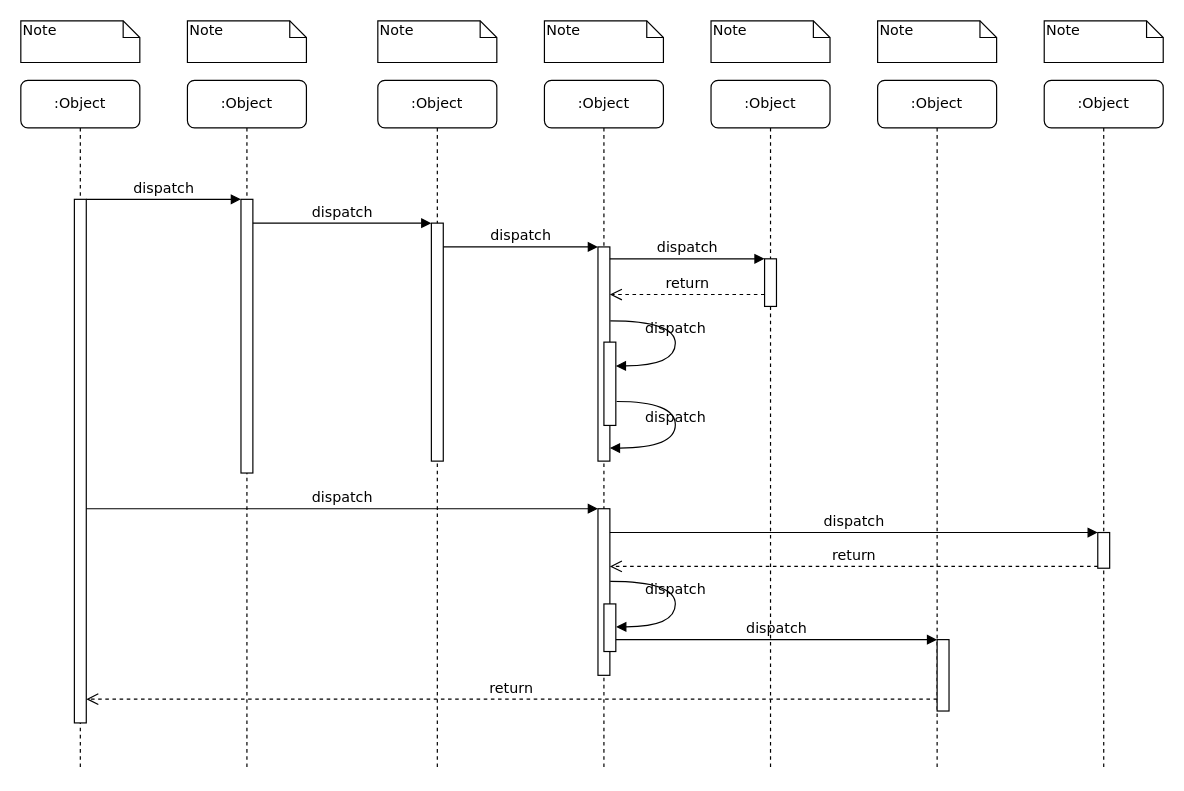
Above: Diagrama sem nome.drawio in pdssf/APS-legishub (draw.io), before the change. Source tidied: cells renumbered, new cells numbered last; positions are measured from the earlier drawing's top-left corner, leaving out a move shared by most shapes. Both pictures are drawn from the tidied source at 119%, with x=0, y=0 at pixel (20, 20).
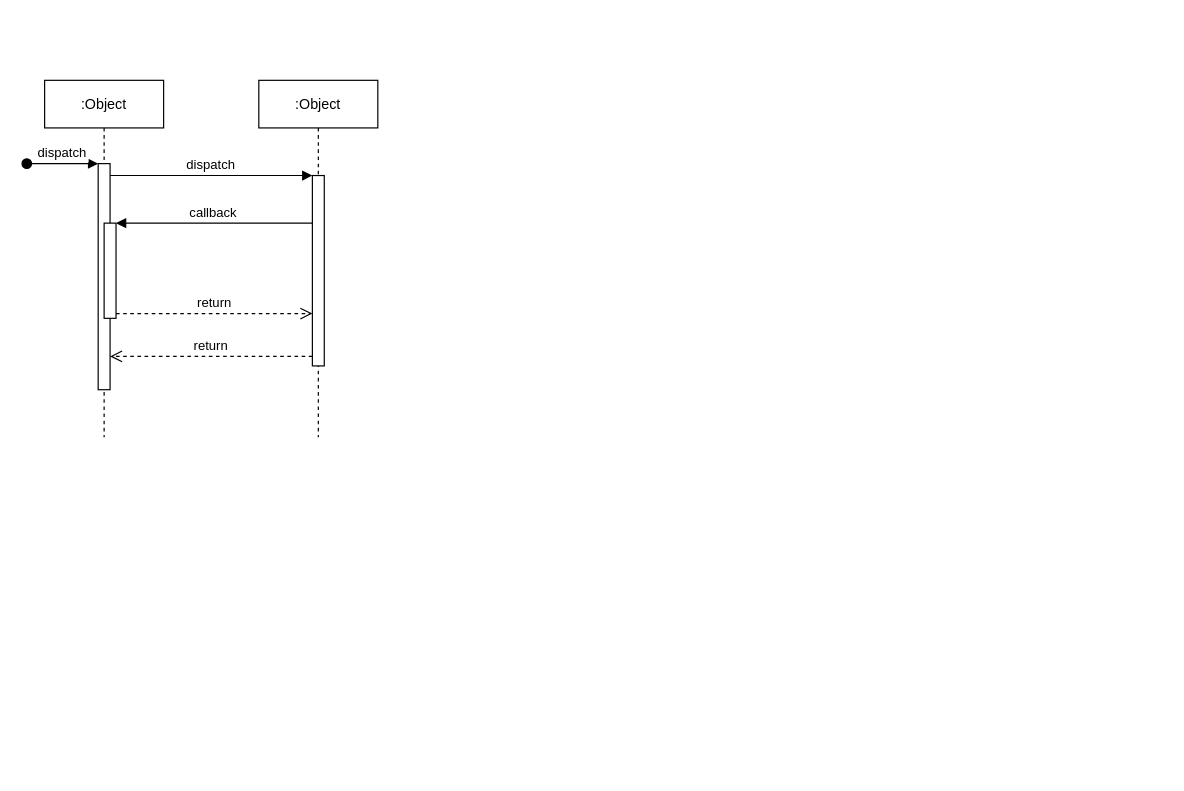
Above is the later version.

Commit message:
Adicionado Diagrama de sequencia.drawio

What changed in the source:
```diff
@@
-    <mxCell id="2" value=":Object" style="shape=umlLifeline;perimeter=lifelinePerimeter;whiteSpace=wrap;html=1;rounded=1;shadow=0;comic=0;labelBackgroundColor=none;strokeWidth=1;fontFamily=Verdana;fontSize=12;align=center;" parent="1" vertex="1">
-      <mxGeometry x="140" y="50" width="100" height="580" as="geometry" />
-    </mxCell>
-    <mxCell id="3" style="html=1;points=[];perimeter=orthogonalPerimeter;rounded=0;shadow=0;comic=0;labelBackgroundColor=none;strokeWidth=1;fontFamily=Verdana;fontSize=12;align=center;" parent="2" vertex="1">
-      <mxGeometry x="45" y="100" width="10" height="230" as="geometry" />
-    </mxCell>
-    <mxCell id="4" value=":Object" style="shape=umlLifeline;perimeter=lifelinePerimeter;whiteSpace=wrap;html=1;rounded=1;shadow=0;comic=0;labelBackgroundColor=none;strokeWidth=1;fontFamily=Verdana;fontSize=12;align=center;" parent="1" vertex="1">
-      <mxGeometry x="300" y="50" width="100" height="580" as="geometry" />
-    </mxCell>
-    <mxCell id="5" style="html=1;points=[];perimeter=orthogonalPerimeter;rounded=0;shadow=0;comic=0;labelBackgroundColor=none;strokeWidth=1;fontFamily=Verdana;fontSize=12;align=center;" parent="4" vertex="1">
-      <mxGeometry x="45" y="120" width="10" height="200" as="geometry" />
-    </mxCell>
-    <mxCell id="6" value=":Object" style="shape=umlLifeline;perimeter=lifelinePerimeter;whiteSpace=wrap;html=1;rounded=1;shadow=0;comic=0;labelBackgroundColor=none;strokeWidth=1;fontFamily=Verdana;fontSize=12;align=center;" parent="1" vertex="1">
-      <mxGeometry x="440" y="50" width="100" height="580" as="geometry" />
-    </mxCell>
-    <mxCell id="7" value=":Object" style="shape=umlLifeline;perimeter=lifelinePerimeter;whiteSpace=wrap;html=1;rounded=1;shadow=0;comic=0;labelBackgroundColor=none;strokeWidth=1;fontFamily=Verdana;fontSize=12;align=center;" parent="1" vertex="1">
-      <mxGeometry x="580" y="50" width="100" height="580" as="geometry" />
-    </mxCell>
-    <mxCell id="8" value=":Object" style="shape=umlLifeline;perimeter=lifelinePerimeter;whiteSpace=wrap;html=1;rounded=1;shadow=0;comic=0;labelBackgroundColor=none;strokeWidth=1;fontFamily=Verdana;fontSize=12;align=center;" parent="1" vertex="1">
-      <mxGeometry x="720" y="50" width="100" height="580" as="geometry" />
-    </mxCell>
-    <mxCell id="9" value=":Object" style="shape=umlLifeline;perimeter=lifelinePerimeter;whiteSpace=wrap;html=1;rounded=1;shadow=0;comic=0;labelBackgroundColor=none;strokeWidth=1;fontFamily=Verdana;fontSize=12;align=center;" parent="1" vertex="1">
-      <mxGeometry x="860" y="50" width="100" height="580" as="geometry" />
-    </mxCell>
-    <mxCell id="10" value=":Object" style="shape=umlLifeline;perimeter=lifelinePerimeter;whiteSpace=wrap;html=1;rounded=1;shadow=0;comic=0;labelBackgroundColor=none;strokeWidth=1;fontFamily=Verdana;fontSize=12;align=center;" parent="1" vertex="1">
-      <mxGeometry y="50" width="100" height="580" as="geometry" />
-    </mxCell>
-    <mxCell id="11" style="html=1;points=[];perimeter=orthogonalPerimeter;rounded=0;shadow=0;comic=0;labelBackgroundColor=none;strokeWidth=1;fontFamily=Verdana;fontSize=12;align=center;" parent="10" vertex="1">
-      <mxGeometry x="45" y="100" width="10" height="440" as="geometry" />
-    </mxCell>
-    <mxCell id="12" style="html=1;points=[];perimeter=orthogonalPerimeter;rounded=0;shadow=0;comic=0;labelBackgroundColor=none;strokeWidth=1;fontFamily=Verdana;fontSize=12;align=center;" parent="1" vertex="1">
-      <mxGeometry x="485" y="190" width="10" height="180" as="geometry" />
-    </mxCell>
-    <mxCell id="13" value="dispatch" style="html=1;verticalAlign=bottom;endArrow=block;labelBackgroundColor=none;fontFamily=Verdana;fontSize=12;edgeStyle=elbowEdgeStyle;elbow=vertical;" parent="1" edge="1" source="5" target="12">
-      <mxGeometry relative="1" as="geometry">
-        <Array as="points">
-          <mxPoint x="360" y="190" />
-        </Array>
-      </mxGeometry>
-    </mxCell>
-    <mxCell id="14" style="html=1;points=[];perimeter=orthogonalPerimeter;rounded=0;shadow=0;comic=0;labelBackgroundColor=none;strokeWidth=1;fontFamily=Verdana;fontSize=12;align=center;" parent="1" vertex="1">
-      <mxGeometry x="625" y="200" width="10" height="40" as="geometry" />
-    </mxCell>
-    <mxCell id="15" value="dispatch" style="html=1;verticalAlign=bottom;endArrow=block;entryX=0;entryY=0;labelBackgroundColor=none;fontFamily=Verdana;fontSize=12;edgeStyle=elbowEdgeStyle;elbow=vertical;" parent="1" edge="1" source="12" target="14">
-      <mxGeometry relative="1" as="geometry" />
-    </mxCell>
-    <mxCell id="16" value="return" style="html=1;verticalAlign=bottom;endArrow=open;dashed=1;endSize=8;labelBackgroundColor=none;fontFamily=Verdana;fontSize=12;edgeStyle=elbowEdgeStyle;elbow=vertical;" parent="1" edge="1" source="14" target="12">
-      <mxGeometry relative="1" as="geometry">
-        <Array as="points">
-          <mxPoint x="570" y="230" />
-          <mxPoint x="600" y="230" />
-        </Array>
-      </mxGeometry>
-    </mxCell>
-    <mxCell id="17" style="html=1;points=[];perimeter=orthogonalPerimeter;rounded=0;shadow=0;comic=0;labelBackgroundColor=none;strokeWidth=1;fontFamily=Verdana;fontSize=12;align=center;" parent="1" vertex="1">
-      <mxGeometry x="485" y="410" width="10" height="140" as="geometry" />
-    </mxCell>
-    <mxCell id="18" value="dispatch" style="html=1;verticalAlign=bottom;endArrow=block;entryX=0;entryY=0;labelBackgroundColor=none;fontFamily=Verdana;fontSize=12;" parent="1" edge="1" source="11" target="17">
-      <mxGeometry relative="1" as="geometry" />
-    </mxCell>
-    <mxCell id="19" style="html=1;points=[];perimeter=orthogonalPerimeter;rounded=0;shadow=0;comic=0;labelBackgroundColor=none;strokeColor=#000000;strokeWidth=1;fillColor=#FFFFFF;fontFamily=Verdana;fontSize=12;fontColor=#000000;align=center;" parent="1" vertex="1">
-      <mxGeometry x="905" y="430" width="10" height="30" as="geometry" />
-    </mxCell>
-    <mxCell id="20" value="dispatch" style="html=1;verticalAlign=bottom;endArrow=block;entryX=0;entryY=0;labelBackgroundColor=none;fontFamily=Verdana;fontSize=12;" parent="1" edge="1" source="17" target="19">
-      <mxGeometry relative="1" as="geometry" />
-    </mxCell>
-    <mxCell id="21" value="return" style="html=1;verticalAlign=bottom;endArrow=open;dashed=1;endSize=8;exitX=0;exitY=0.95;labelBackgroundColor=none;fontFamily=Verdana;fontSize=12;" parent="1" edge="1" source="19" target="17">
-      <mxGeometry relative="1" as="geometry" />
-    </mxCell>
-    <mxCell id="22" style="html=1;points=[];perimeter=orthogonalPerimeter;rounded=0;shadow=0;comic=0;labelBackgroundColor=none;strokeWidth=1;fontFamily=Verdana;fontSize=12;align=center;" parent="1" vertex="1">
-      <mxGeometry x="770" y="520" width="10" height="60" as="geometry" />
-    </mxCell>
-    <mxCell id="23" value="dispatch" style="html=1;verticalAlign=bottom;endArrow=block;entryX=0;entryY=0;labelBackgroundColor=none;fontFamily=Verdana;fontSize=12;edgeStyle=elbowEdgeStyle;elbow=vertical;" parent="1" edge="1" source="30" target="22">
-      <mxGeometry relative="1" as="geometry" />
-    </mxCell>
-    <mxCell id="24" value="return" style="html=1;verticalAlign=bottom;endArrow=open;dashed=1;endSize=8;labelBackgroundColor=none;fontFamily=Verdana;fontSize=12;edgeStyle=elbowEdgeStyle;elbow=vertical;" parent="1" edge="1" source="22" target="11">
-      <mxGeometry relative="1" as="geometry">
-        <Array as="points">
-          <mxPoint x="470" y="570" />
-        </Array>
-      </mxGeometry>
-    </mxCell>
-    <mxCell id="25" value="dispatch" style="html=1;verticalAlign=bottom;endArrow=block;entryX=0;entryY=0;labelBackgroundColor=none;fontFamily=Verdana;fontSize=12;edgeStyle=elbowEdgeStyle;elbow=vertical;" parent="1" edge="1" source="11" target="3">
-      <mxGeometry relative="1" as="geometry" />
-    </mxCell>
-    <mxCell id="26" value="dispatch" style="html=1;verticalAlign=bottom;endArrow=block;entryX=0;entryY=0;labelBackgroundColor=none;fontFamily=Verdana;fontSize=12;edgeStyle=elbowEdgeStyle;elbow=vertical;" parent="1" edge="1" source="3" target="5">
-      <mxGeometry relative="1" as="geometry" />
-    </mxCell>
-    <mxCell id="27" style="html=1;points=[];perimeter=orthogonalPerimeter;rounded=0;shadow=0;comic=0;labelBackgroundColor=none;strokeWidth=1;fontFamily=Verdana;fontSize=12;align=center;" parent="1" vertex="1">
-      <mxGeometry x="490" y="270" width="10" height="70" as="geometry" />
-    </mxCell>
-    <mxCell id="28" value="dispatch" style="html=1;verticalAlign=bottom;endArrow=block;labelBackgroundColor=none;fontFamily=Verdana;fontSize=12;elbow=vertical;edgeStyle=orthogonalEdgeStyle;curved=1;entryX=1;entryY=0.286;entryPerimeter=0;exitX=1.038;exitY=0.345;exitPerimeter=0;" parent="1" edge="1" source="12" target="27">
-      <mxGeometry relative="1" as="geometry">
-        <Array as="points">
-          <mxPoint x="550" y="252" />
-          <mxPoint x="550" y="290" />
-        </Array>
-      </mxGeometry>
-    </mxCell>
-    <mxCell id="29" value="dispatch" style="html=1;verticalAlign=bottom;endArrow=block;labelBackgroundColor=none;fontFamily=Verdana;fontSize=12;elbow=vertical;edgeStyle=orthogonalEdgeStyle;curved=1;exitX=1.066;exitY=0.713;exitPerimeter=0;" parent="1" edge="1" source="27">
-      <mxGeometry relative="1" as="geometry">
-        <mxPoint x="495" y="359" as="targetPoint" />
-        <Array as="points">
-          <mxPoint x="550" y="320" />
-          <mxPoint x="550" y="359" />
-        </Array>
-      </mxGeometry>
-    </mxCell>
-    <mxCell id="30" style="html=1;points=[];perimeter=orthogonalPerimeter;rounded=0;shadow=0;comic=0;labelBackgroundColor=none;strokeWidth=1;fontFamily=Verdana;fontSize=12;align=center;" parent="1" vertex="1">
-      <mxGeometry x="490" y="490" width="10" height="40" as="geometry" />
-    </mxCell>
-    <mxCell id="31" value="dispatch" style="html=1;verticalAlign=bottom;endArrow=block;labelBackgroundColor=none;fontFamily=Verdana;fontSize=12;elbow=vertical;edgeStyle=orthogonalEdgeStyle;curved=1;entryX=1;entryY=0.286;entryPerimeter=0;exitX=1.038;exitY=0.345;exitPerimeter=0;" parent="1" edge="1">
-      <mxGeometry relative="1" as="geometry">
-        <mxPoint x="495.3" y="471" as="sourcePoint" />
-        <mxPoint x="500.3" y="509.3" as="targetPoint" />
-        <Array as="points">
-          <mxPoint x="550" y="471" />
-          <mxPoint x="550" y="509" />
-        </Array>
-      </mxGeometry>
-    </mxCell>
-    <mxCell id="32" value="Note" style="shape=note;whiteSpace=wrap;html=1;size=14;verticalAlign=top;align=left;spacingTop=-6;rounded=0;shadow=0;comic=0;labelBackgroundColor=none;strokeWidth=1;fontFamily=Verdana;fontSize=12;" parent="1" vertex="1">
-      <mxGeometry width="100" height="35" as="geometry" />
-    </mxCell>
-    <mxCell id="33" value="Note" style="shape=note;whiteSpace=wrap;html=1;size=14;verticalAlign=top;align=left;spacingTop=-6;rounded=0;shadow=0;comic=0;labelBackgroundColor=none;strokeWidth=1;fontFamily=Verdana;fontSize=12;" parent="1" vertex="1">
-      <mxGeometry x="140" width="100" height="35" as="geometry" />
-    </mxCell>
-    <mxCell id="34" value="Note" style="shape=note;whiteSpace=wrap;html=1;size=14;verticalAlign=top;align=left;spacingTop=-6;rounded=0;shadow=0;comic=0;labelBackgroundColor=none;strokeWidth=1;fontFamily=Verdana;fontSize=12;" parent="1" vertex="1">
-      <mxGeometry x="300" width="100" height="35" as="geometry" />
-    </mxCell>
-    <mxCell id="35" value="Note" style="shape=note;whiteSpace=wrap;html=1;size=14;verticalAlign=top;align=left;spacingTop=-6;rounded=0;shadow=0;comic=0;labelBackgroundColor=none;strokeWidth=1;fontFamily=Verdana;fontSize=12;" parent="1" vertex="1">
-      <mxGeometry x="440" width="100" height="35" as="geometry" />
-    </mxCell>
-    <mxCell id="36" value="Note" style="shape=note;whiteSpace=wrap;html=1;size=14;verticalAlign=top;align=left;spacingTop=-6;rounded=0;shadow=0;comic=0;labelBackgroundColor=none;strokeWidth=1;fontFamily=Verdana;fontSize=12;" parent="1" vertex="1">
-      <mxGeometry x="580" width="100" height="35" as="geometry" />
-    </mxCell>
-    <mxCell id="37" value="Note" style="shape=note;whiteSpace=wrap;html=1;size=14;verticalAlign=top;align=left;spacingTop=-6;rounded=0;shadow=0;comic=0;labelBackgroundColor=none;strokeWidth=1;fontFamily=Verdana;fontSize=12;" parent="1" vertex="1">
-      <mxGeometry x="720" width="100" height="35" as="geometry" />
-    </mxCell>
-    <mxCell id="38" value="Note" style="shape=note;whiteSpace=wrap;html=1;size=14;verticalAlign=top;align=left;spacingTop=-6;rounded=0;shadow=0;comic=0;labelBackgroundColor=none;strokeWidth=1;fontFamily=Verdana;fontSize=12;" parent="1" vertex="1">
-      <mxGeometry x="860" width="100" height="35" as="geometry" />
-    </mxCell>
+    <mxCell id="39" value=":Object" style="shape=umlLifeline;perimeter=lifelinePerimeter;rounded=0;shadow=0;strokeWidth=1;" parent="1" vertex="1">
+      <mxGeometry x="20" y="50" width="100" height="300" as="geometry" />
+    </mxCell>
+    <mxCell id="40" style="points=[];perimeter=orthogonalPerimeter;rounded=0;shadow=0;strokeWidth=1;" parent="39" vertex="1">
+      <mxGeometry x="45" y="70" width="10" height="190" as="geometry" />
+    </mxCell>
+    <mxCell id="41" value="dispatch" style="verticalAlign=bottom;startArrow=oval;endArrow=block;startSize=8;shadow=0;strokeWidth=1;" parent="39" edge="1" target="40">
+      <mxGeometry relative="1" as="geometry">
+        <mxPoint x="-15" y="70" as="sourcePoint" />
+      </mxGeometry>
+    </mxCell>
+    <mxCell id="42" style="points=[];perimeter=orthogonalPerimeter;rounded=0;shadow=0;strokeWidth=1;" parent="39" vertex="1">
+      <mxGeometry x="50" y="120" width="10" height="80" as="geometry" />
+    </mxCell>
+    <mxCell id="43" value=":Object" style="shape=umlLifeline;perimeter=lifelinePerimeter;rounded=0;shadow=0;strokeWidth=1;" parent="1" vertex="1">
+      <mxGeometry x="200" y="50" width="100" height="300" as="geometry" />
+    </mxCell>
+    <mxCell id="44" style="points=[];perimeter=orthogonalPerimeter;rounded=0;shadow=0;strokeWidth=1;" parent="43" vertex="1">
+      <mxGeometry x="45" y="80" width="10" height="160" as="geometry" />
+    </mxCell>
+    <mxCell id="45" value="return" style="verticalAlign=bottom;endArrow=open;dashed=1;endSize=8;exitX=0;exitY=0.95;shadow=0;strokeWidth=1;" parent="1" edge="1" source="44" target="40">
+      <mxGeometry relative="1" as="geometry" />
+    </mxCell>
+    <mxCell id="46" value="dispatch" style="verticalAlign=bottom;endArrow=block;entryX=0;entryY=0;shadow=0;strokeWidth=1;" parent="1" edge="1" source="40" target="44">
+      <mxGeometry relative="1" as="geometry" />
+    </mxCell>
+    <mxCell id="47" value="callback" style="verticalAlign=bottom;endArrow=block;entryX=1;entryY=0;shadow=0;strokeWidth=1;" parent="1" edge="1" source="44" target="42">
+      <mxGeometry relative="1" as="geometry" />
+    </mxCell>
+    <mxCell id="48" value="return" style="verticalAlign=bottom;endArrow=open;dashed=1;endSize=8;exitX=1;exitY=0.95;shadow=0;strokeWidth=1;" parent="1" edge="1" source="42" target="44">
+      <mxGeometry relative="1" as="geometry" />
+    </mxCell>
```
